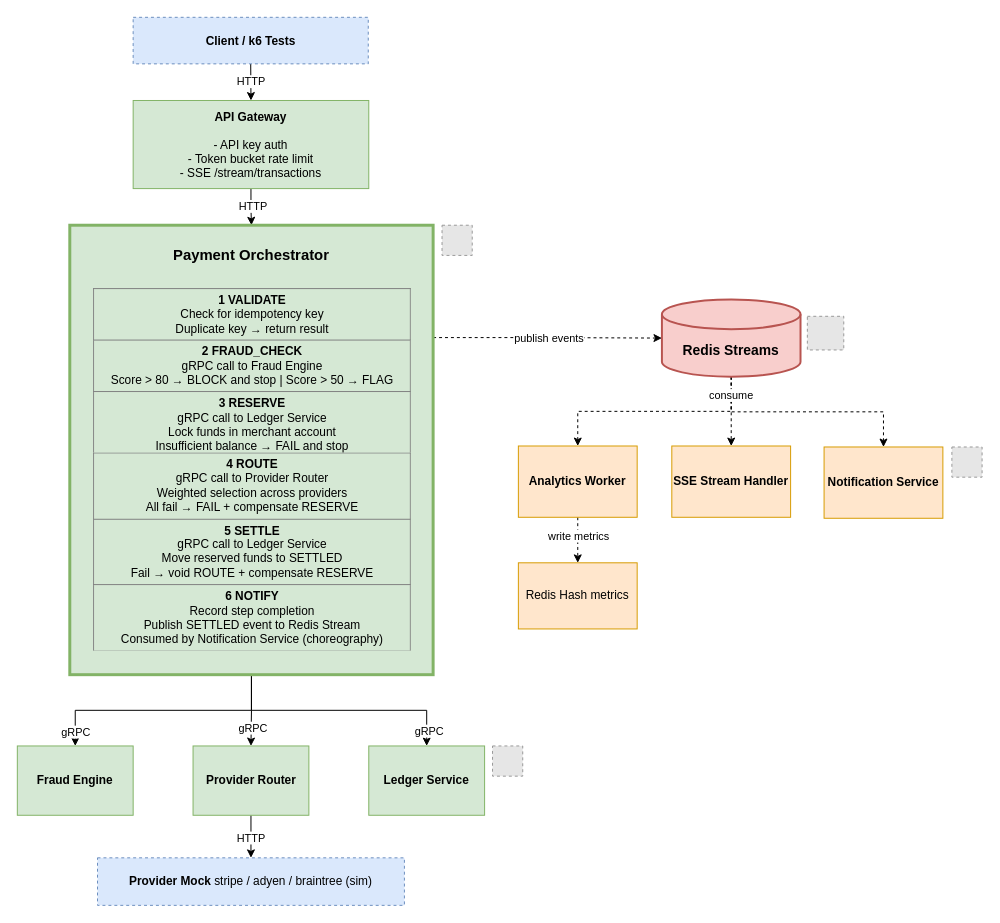
Before: docs/architecture.drawio in jamsamjam/distributed-payment-orchestration, a draw.io diagram. Source tidied: cells renumbered, new cells numbered last; positions are measured from the earlier drawing's top-left corner, leaving out a move shared by most shapes. Both pictures are drawn from the tidied source at 99%, with x=0, y=0 at pixel (17, 17). Pictures stored in the file or linked from it are replaced by grey dashed boxes.
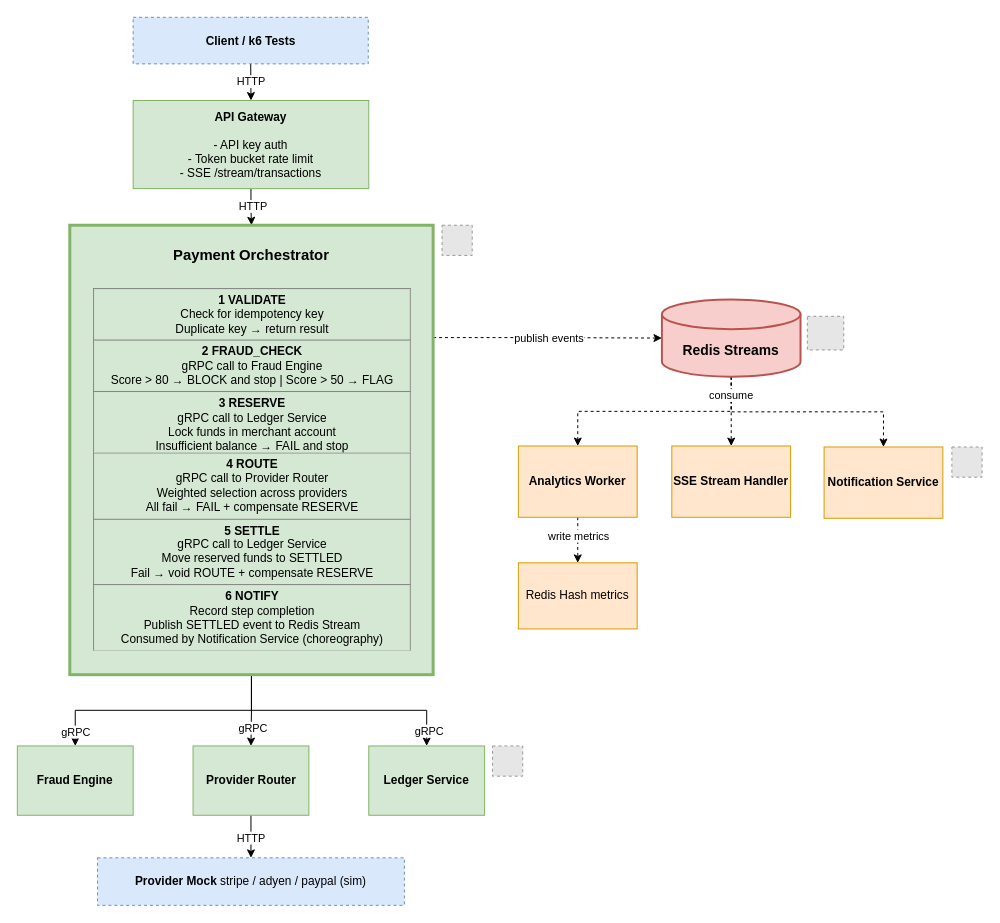
The same diagram, later.

Commit message (it also covers changes not shown here):
chore: change privider name to paypal

Diff of the diagram source:
```diff
@@
-    <mxCell id="32" value="&lt;b&gt;Provider Mock&lt;/b&gt; stripe / adyen / braintree (sim)" style="rounded=0;whiteSpace=wrap;html=1;fillColor=#dae8fc;strokeColor=#6c8ebf;dashed=1;" parent="1" vertex="1">
+    <mxCell id="32" value="&lt;b&gt;Provider Mock&lt;/b&gt; stripe / adyen / paypal (sim)" style="rounded=0;whiteSpace=wrap;html=1;fillColor=#dae8fc;strokeColor=#6c8ebf;dashed=1;" parent="1" vertex="1">
       <mxGeometry x="81" y="849" width="310" height="48" as="geometry" />
     </mxCell>
```
